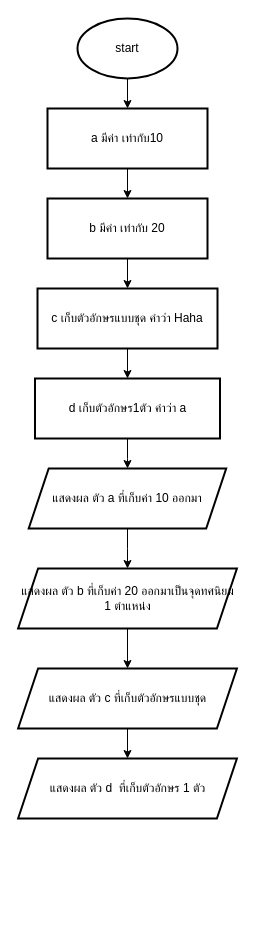
The draw.io diagram HomeWork/HW4/HW4-1.drawio in Windowxd01/ENGCE117, before the edit. Source tidied: cells renumbered, new cells numbered last; positions are measured from the earlier drawing's top-left corner, leaving out a move shared by most shapes. Both pictures are drawn from the tidied source at 100%, with x=0, y=0 at pixel (18, 18).
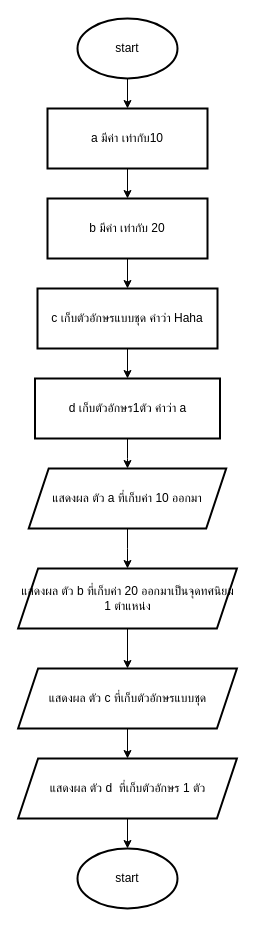
After the change.

Unchanged cells that the change refers to:
```xml
<mxCell id="18" value="แสดงผล ตัว d&amp;nbsp; ที่เก็บตัวอักษร 1 ตัว" style="shape=parallelogram;perimeter=parallelogramPerimeter;whiteSpace=wrap;html=1;fixedSize=1;strokeWidth=2;" parent="1" vertex="1">
  <mxGeometry x="-0.4" y="740" width="218.8" height="60" as="geometry" />
</mxCell>
```

Diff of the diagram source:
```diff
@@
+    <mxCell id="19" value="start" style="strokeWidth=2;html=1;shape=mxgraph.flowchart.start_1;whiteSpace=wrap;" parent="1" vertex="1">
+      <mxGeometry x="59" y="830" width="100" height="60" as="geometry" />
+    </mxCell>
+    <mxCell id="20" style="edgeStyle=orthogonalEdgeStyle;rounded=0;jettySize=auto;html=1;entryX=0.5;entryY=0;entryDx=0;entryDy=0;entryPerimeter=0;" parent="1" edge="1" source="18" target="19">
+      <mxGeometry relative="1" as="geometry" />
+    </mxCell>
```
